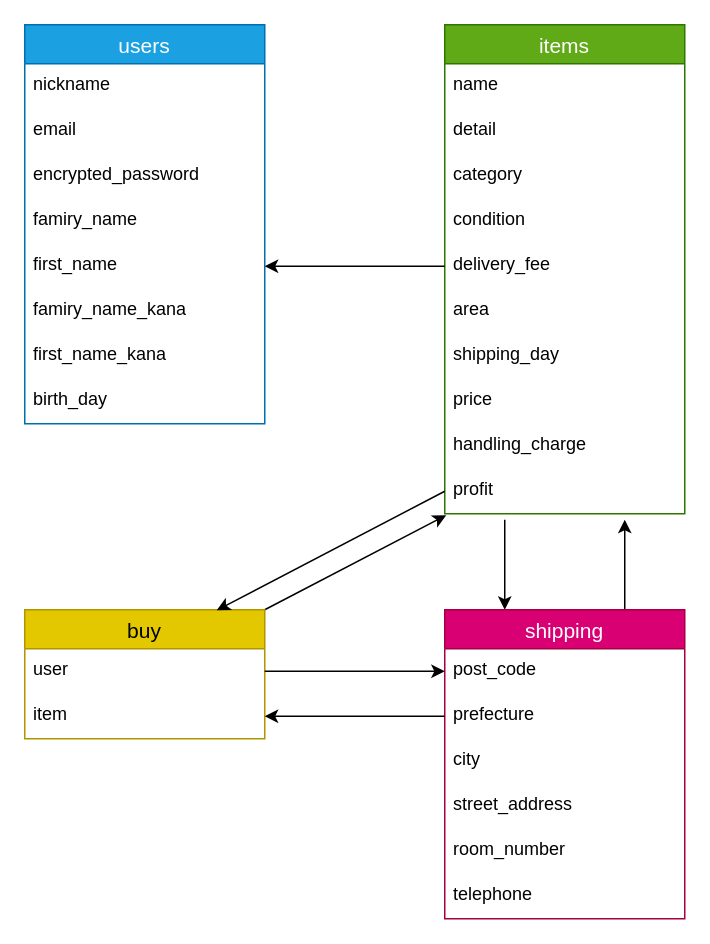
soypo/furima-39399 keeps this draw.io diagram as app/views/layouts/furima.dio. Above is the earlier version. Source tidied: cells renumbered, new cells numbered last; positions are measured from the earlier drawing's top-left corner, leaving out a move shared by most shapes. Both pictures are drawn from the tidied source at 150%, with x=0, y=0 at pixel (24, 24).
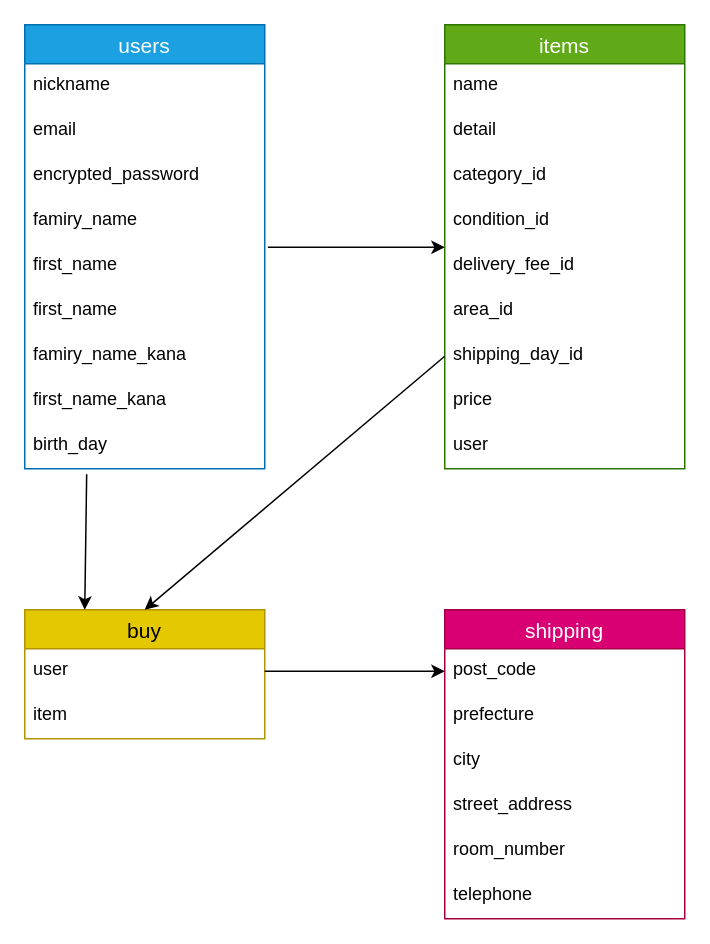
The same page after the edit.

Unchanged cells that the change refers to:
```xml
<mxCell id="7" value="first_name" style="text;strokeColor=none;fillColor=none;spacingLeft=4;spacingRight=4;overflow=hidden;points=[[0,0.5],[1,0.5]];portConstraint=eastwest;fontSize=12;" parent="2" vertex="1">
  <mxGeometry y="146" width="160" height="30" as="geometry" />
</mxCell>
<mxCell id="23" value="buy" style="swimlane;fontStyle=0;horizontal=1;startSize=26;align=center;fontSize=14;fillColor=#e3c800;strokeColor=#B09500;fontColor=#000000;" parent="1" vertex="1">
  <mxGeometry y="390" width="160" height="86" as="geometry" />
</mxCell>
<mxCell id="25" value="item" style="text;strokeColor=none;fillColor=none;spacingLeft=4;spacingRight=4;overflow=hidden;points=[[0,0.5],[1,0.5]];portConstraint=eastwest;fontSize=12;" parent="23" vertex="1">
  <mxGeometry y="56" width="160" height="30" as="geometry" />
</mxCell>
<mxCell id="29" value="shipping" style="swimlane;fontStyle=0;horizontal=1;startSize=26;align=center;fontSize=14;fillColor=#d80073;strokeColor=#A50040;fontColor=#ffffff;" parent="1" vertex="1">
  <mxGeometry x="280" y="390" width="160" height="206" as="geometry" />
</mxCell>
<mxCell id="31" value="prefecture" style="text;strokeColor=none;fillColor=none;spacingLeft=4;spacingRight=4;overflow=hidden;points=[[0,0.5],[1,0.5]];portConstraint=eastwest;fontSize=12;" parent="29" vertex="1">
  <mxGeometry y="56" width="160" height="30" as="geometry" />
</mxCell>
```

What changed in the source:
```diff
@@
     <mxCell id="2" value="users" style="swimlane;fontStyle=0;horizontal=1;startSize=26;align=center;fontSize=14;fillColor=#1ba1e2;fontColor=#ffffff;strokeColor=#006EAF;swimlaneFillColor=none;" parent="1" vertex="1">
-      <mxGeometry width="160" height="266" as="geometry" />
+      <mxGeometry width="160" height="296" as="geometry" />
     </mxCell>
@@
+    <mxCell id="41" value="first_name" style="text;strokeColor=none;fillColor=none;spacingLeft=4;spacingRight=4;overflow=hidden;fontSize=12;" parent="2" vertex="1">
+      <mxGeometry y="176" width="160" height="30" as="geometry" />
+    </mxCell>
     <mxCell id="8" value="famiry_name_kana" style="text;strokeColor=none;fillColor=none;spacingLeft=4;spacingRight=4;overflow=hidden;fontSize=12;" parent="2" vertex="1">
-      <mxGeometry y="176" width="160" height="30" as="geometry" />
+      <mxGeometry y="206" width="160" height="30" as="geometry" />
     </mxCell>
     <mxCell id="9" value="first_name_kana" style="text;strokeColor=none;fillColor=none;spacingLeft=4;spacingRight=4;overflow=hidden;fontSize=12;" parent="2" vertex="1">
-      <mxGeometry y="206" width="160" height="30" as="geometry" />
+      <mxGeometry y="236" width="160" height="30" as="geometry" />
     </mxCell>
     <mxCell id="10" value="birth_day" style="text;strokeColor=none;fillColor=none;spacingLeft=4;spacingRight=4;overflow=hidden;points=[[0,0.5],[1,0.5]];portConstraint=eastwest;fontSize=12;" parent="2" vertex="1">
-      <mxGeometry y="236" width="160" height="30" as="geometry" />
+      <mxGeometry y="266" width="160" height="30" as="geometry" />
     </mxCell>
     <mxCell id="11" value="items" style="swimlane;fontStyle=0;horizontal=1;startSize=26;align=center;fontSize=14;fillColor=#60a917;fontColor=#ffffff;strokeColor=#2D7600;" parent="1" vertex="1">
-      <mxGeometry x="280" width="160" height="326" as="geometry" />
+      <mxGeometry x="280" width="160" height="296" as="geometry" />
     </mxCell>
@@
-    <mxCell id="14" value="category" style="text;strokeColor=none;fillColor=none;spacingLeft=4;spacingRight=4;overflow=hidden;fontSize=12;" parent="11" vertex="1">
+    <mxCell id="14" value="category_id" style="text;strokeColor=none;fillColor=none;spacingLeft=4;spacingRight=4;overflow=hidden;fontSize=12;" parent="11" vertex="1">
       <mxGeometry y="86" width="160" height="30" as="geometry" />
     </mxCell>
-    <mxCell id="15" value="condition" style="text;strokeColor=none;fillColor=none;spacingLeft=4;spacingRight=4;overflow=hidden;fontSize=12;" parent="11" vertex="1">
+    <mxCell id="15" value="condition_id" style="text;strokeColor=none;fillColor=none;spacingLeft=4;spacingRight=4;overflow=hidden;fontSize=12;" parent="11" vertex="1">
       <mxGeometry y="116" width="160" height="30" as="geometry" />
     </mxCell>
-    <mxCell id="16" value="delivery_fee" style="text;strokeColor=none;fillColor=none;spacingLeft=4;spacingRight=4;overflow=hidden;points=[[0,0.5],[1,0.5]];portConstraint=eastwest;fontSize=12;" parent="11" vertex="1">
+    <mxCell id="16" value="delivery_fee_id" style="text;strokeColor=none;fillColor=none;spacingLeft=4;spacingRight=4;overflow=hidden;points=[[0,0.5],[1,0.5]];portConstraint=eastwest;fontSize=12;" parent="11" vertex="1">
       <mxGeometry y="146" width="160" height="30" as="geometry" />
     </mxCell>
-    <mxCell id="17" value="area" style="text;strokeColor=none;fillColor=none;spacingLeft=4;spacingRight=4;overflow=hidden;fontSize=12;" parent="11" vertex="1">
+    <mxCell id="17" value="area_id" style="text;strokeColor=none;fillColor=none;spacingLeft=4;spacingRight=4;overflow=hidden;fontSize=12;" parent="11" vertex="1">
       <mxGeometry y="176" width="160" height="30" as="geometry" />
     </mxCell>
-    <mxCell id="18" value="shipping_day" style="text;strokeColor=none;fillColor=none;spacingLeft=4;spacingRight=4;overflow=hidden;points=[[0,0.5],[1,0.5]];portConstraint=eastwest;fontSize=12;" parent="11" vertex="1">
+    <mxCell id="18" value="shipping_day_id" style="text;strokeColor=none;fillColor=none;spacingLeft=4;spacingRight=4;overflow=hidden;points=[[0,0.5],[1,0.5]];portConstraint=eastwest;fontSize=12;" parent="11" vertex="1">
       <mxGeometry y="206" width="160" height="30" as="geometry" />
     </mxCell>
@@
-    <mxCell id="20" value="handling_charge" style="text;strokeColor=none;fillColor=none;spacingLeft=4;spacingRight=4;overflow=hidden;fontSize=12;" parent="11" vertex="1">
-      <mxGeometry y="266" width="160" height="30" as="geometry" />
-    </mxCell>
-    <mxCell id="21" value="profit" style="text;strokeColor=none;fillColor=none;spacingLeft=4;spacingRight=4;overflow=hidden;points=[[0,0.5],[1,0.5]];portConstraint=eastwest;fontSize=12;" parent="11" vertex="1">
-      <mxGeometry y="296" width="160" height="30" as="geometry" />
-    </mxCell>
-    <mxCell id="22" style="edgeStyle=none;html=1;exitX=1;exitY=0;exitDx=0;exitDy=0;entryX=0.006;entryY=1.033;entryDx=0;entryDy=0;entryPerimeter=0;" parent="1" edge="1" source="23" target="21">
-      <mxGeometry relative="1" as="geometry" />
-    </mxCell>
+    <mxCell id="42" value="user" style="text;strokeColor=none;fillColor=none;spacingLeft=4;spacingRight=4;overflow=hidden;fontSize=12;fontFamily=Helvetica;fontColor=default;" parent="11" vertex="1">
+      <mxGeometry y="266" width="160" height="30" as="geometry" />
+    </mxCell>
@@
-    <mxCell id="27" style="edgeStyle=none;html=1;exitX=0.75;exitY=0;exitDx=0;exitDy=0;" parent="1" edge="1" source="29">
-      <mxGeometry relative="1" as="geometry">
-        <mxPoint x="400" y="330" as="targetPoint" />
-      </mxGeometry>
-    </mxCell>
-    <mxCell id="28" style="edgeStyle=none;html=1;exitX=0.25;exitY=0;exitDx=0;exitDy=0;entryX=0.25;entryY=0;entryDx=0;entryDy=0;sourcePerimeterSpacing=0;" parent="1" edge="1" target="29">
-      <mxGeometry relative="1" as="geometry">
-        <mxPoint x="320" y="330" as="sourcePoint" />
-      </mxGeometry>
-    </mxCell>
@@
-    <mxCell id="36" style="edgeStyle=none;html=1;exitX=0;exitY=0.5;exitDx=0;exitDy=0;entryX=1;entryY=0.5;entryDx=0;entryDy=0;" parent="1" edge="1" source="31" target="25">
-      <mxGeometry relative="1" as="geometry" />
-    </mxCell>
@@
-    <mxCell id="38" style="edgeStyle=none;html=1;exitX=0;exitY=0.5;exitDx=0;exitDy=0;" parent="1" edge="1" source="16">
-      <mxGeometry relative="1" as="geometry">
-        <mxPoint x="160" y="161" as="targetPoint" />
-      </mxGeometry>
+    <mxCell id="38" style="edgeStyle=none;html=1;exitX=1.013;exitY=0.078;exitDx=0;exitDy=0;exitPerimeter=0;entryX=0;entryY=0.078;entryDx=0;entryDy=0;entryPerimeter=0;" parent="1" edge="1" source="7" target="16">
+      <mxGeometry relative="1" as="geometry" />
     </mxCell>
-    <mxCell id="39" style="edgeStyle=none;html=1;exitX=0;exitY=0.5;exitDx=0;exitDy=0;entryX=0.8;entryY=0.004;entryDx=0;entryDy=0;entryPerimeter=0;" parent="1" edge="1" source="21" target="23">
+    <mxCell id="39" style="edgeStyle=none;html=1;exitX=0;exitY=0.5;exitDx=0;exitDy=0;entryX=0.5;entryY=0;entryDx=0;entryDy=0;" parent="1" edge="1" source="18" target="23">
       <mxGeometry relative="1" as="geometry" />
     </mxCell>
@@
+    <mxCell id="43" style="edgeStyle=none;shape=connector;rounded=1;html=1;entryX=0.25;entryY=0;entryDx=0;entryDy=0;labelBackgroundColor=default;strokeColor=default;fontFamily=Helvetica;fontSize=11;fontColor=default;endArrow=classic;exitX=0.258;exitY=1.122;exitDx=0;exitDy=0;exitPerimeter=0;" parent="1" edge="1" source="10" target="23">
+      <mxGeometry relative="1" as="geometry" />
+    </mxCell>
```
